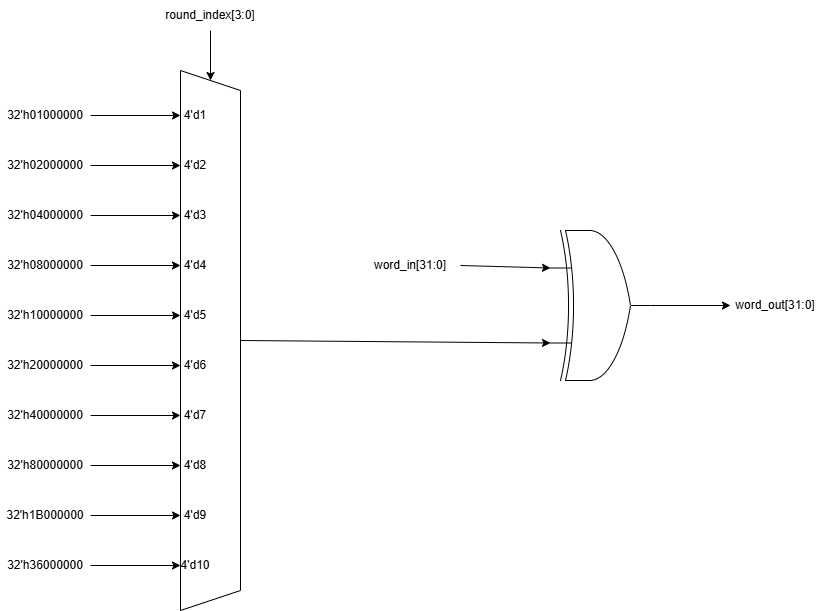
The draw.io diagram media/Module RCon low level.png in LQLManZz/AES128-Verilog, before a commit. Source tidied: cells renumbered, new cells last; positions are measured from the earlier drawing's top-left corner, leaving out a move shared by most shapes. Source of this version:
```xml
<mxGraphModel>
  <root>
    <mxCell id="0" />
    <mxCell id="1" parent="0" />
    <mxCell id="2" style="edgeStyle=orthogonalEdgeStyle;rounded=0;jettySize=auto;html=1;exitX=0.5;exitY=1;exitDx=0;exitDy=0;entryX=0;entryY=0.5;entryDx=0;entryDy=0;" parent="1" edge="1" source="3" target="7">
      <mxGeometry relative="1" as="geometry" />
    </mxCell>
    <mxCell id="3" value="round_index[3:0]" style="text;html=1;whiteSpace=wrap;strokeColor=none;fillColor=none;align=center;verticalAlign=middle;rounded=0;" parent="1" vertex="1">
      <mxGeometry x="217.2" width="105.5" height="30" as="geometry" />
    </mxCell>
    <mxCell id="4" value="word_in[31:0]" style="text;html=1;whiteSpace=wrap;strokeColor=none;fillColor=none;align=center;verticalAlign=middle;rounded=0;" parent="1" vertex="1">
      <mxGeometry x="420" y="250" width="100" height="30" as="geometry" />
    </mxCell>
    <mxCell id="5" value="word_out[31:0]" style="text;html=1;whiteSpace=wrap;strokeColor=none;fillColor=none;align=center;verticalAlign=middle;rounded=0;" parent="1" vertex="1">
      <mxGeometry x="790" y="290" width="90" height="30" as="geometry" />
    </mxCell>
    <mxCell id="6" style="group;" parent="1" vertex="1">
      <mxGeometry x="240" y="70" width="60" height="540" as="geometry" />
    </mxCell>
    <mxCell id="7" style="shape=trapezoid;perimeter=trapezoidPerimeter;whiteSpace=wrap;html=1;fixedSize=1;rotation=90;" parent="6" vertex="1">
      <mxGeometry x="-240" y="240" width="540" height="60" as="geometry" />
    </mxCell>
    <mxCell id="8" value="4'd1" style="text;html=1;whiteSpace=wrap;strokeColor=none;fillColor=none;align=center;verticalAlign=middle;rounded=0;" parent="6" vertex="1">
      <mxGeometry y="30" width="30" height="30" as="geometry" />
    </mxCell>
    <mxCell id="9" value="4'd2" style="text;html=1;whiteSpace=wrap;strokeColor=none;fillColor=none;align=center;verticalAlign=middle;rounded=0;" parent="6" vertex="1">
      <mxGeometry y="80" width="30" height="30" as="geometry" />
    </mxCell>
    <mxCell id="10" value="4'd3&lt;span style=&quot;color: rgba(0, 0, 0, 0); font-family: monospace; font-size: 0px; text-align: start; white-space: nowrap;&quot;&gt;%3CmxGraphModel%3E%3Croot%3E%3CmxCell%20id%3D%220%22%2F%3E%3CmxCell%20id%3D%221%22%20parent%3D%220%22%2F%3E%3CmxCell%20id%3D%222%22%20parent%3D%221%22%20style%3D%22text%3Bhtml%3D1%3BwhiteSpace%3Dwrap%3BstrokeColor%3Dnone%3BfillColor%3Dnone%3Balign%3Dcenter%3BverticalAlign%3Dmiddle%3Brounded%3D0%3B%22%20value%3D%224'd0%22%20vertex%3D%221%22%3E%3CmxGeometry%20height%3D%2230%22%20width%3D%2240%22%20x%3D%22180%22%20y%3D%22360%22%20as%3D%22geometry%22%2F%3E%3C%2FmxCell%3E%3C%2Froot%3E%3C%2FmxGraphModel%3E&lt;/span&gt;" style="text;html=1;whiteSpace=wrap;strokeColor=none;fillColor=none;align=center;verticalAlign=middle;rounded=0;" parent="6" vertex="1">
      <mxGeometry y="130" width="30" height="30" as="geometry" />
    </mxCell>
    <mxCell id="11" value="4'd4" style="text;html=1;whiteSpace=wrap;strokeColor=none;fillColor=none;align=center;verticalAlign=middle;rounded=0;" parent="6" vertex="1">
      <mxGeometry y="180" width="30" height="30" as="geometry" />
    </mxCell>
    <mxCell id="12" value="4'd5" style="text;html=1;whiteSpace=wrap;strokeColor=none;fillColor=none;align=center;verticalAlign=middle;rounded=0;" parent="6" vertex="1">
      <mxGeometry y="230" width="30" height="30" as="geometry" />
    </mxCell>
    <mxCell id="13" value="4'd6" style="text;html=1;whiteSpace=wrap;strokeColor=none;fillColor=none;align=center;verticalAlign=middle;rounded=0;" parent="6" vertex="1">
      <mxGeometry y="280" width="30" height="30" as="geometry" />
    </mxCell>
    <mxCell id="14" value="4'd7" style="text;html=1;whiteSpace=wrap;strokeColor=none;fillColor=none;align=center;verticalAlign=middle;rounded=0;" parent="6" vertex="1">
      <mxGeometry y="330" width="30" height="30" as="geometry" />
    </mxCell>
    <mxCell id="15" value="4'd8" style="text;html=1;whiteSpace=wrap;strokeColor=none;fillColor=none;align=center;verticalAlign=middle;rounded=0;" parent="6" vertex="1">
      <mxGeometry y="380" width="30" height="30" as="geometry" />
    </mxCell>
    <mxCell id="16" value="4'd9" style="text;html=1;whiteSpace=wrap;strokeColor=none;fillColor=none;align=center;verticalAlign=middle;rounded=0;" parent="6" vertex="1">
      <mxGeometry y="430" width="30" height="30" as="geometry" />
    </mxCell>
    <mxCell id="17" value="4'd10" style="text;html=1;whiteSpace=wrap;strokeColor=none;fillColor=none;align=center;verticalAlign=middle;rounded=0;" parent="6" vertex="1">
      <mxGeometry y="480" width="30" height="30" as="geometry" />
    </mxCell>
    <mxCell id="18" style="edgeStyle=orthogonalEdgeStyle;rounded=0;jettySize=auto;html=1;exitX=1;exitY=0.5;exitDx=0;exitDy=0;exitPerimeter=0;entryX=0;entryY=0.5;entryDx=0;entryDy=0;" parent="1" edge="1" source="19" target="5">
      <mxGeometry relative="1" as="geometry" />
    </mxCell>
    <mxCell id="19" style="verticalLabelPosition=bottom;shadow=0;dashed=0;align=center;html=1;verticalAlign=top;shape=mxgraph.electrical.logic_gates.logic_gate;operation=xor;" parent="1" vertex="1">
      <mxGeometry x="610" y="230" width="100" height="150" as="geometry" />
    </mxCell>
    <mxCell id="20" style="rounded=1;jettySize=auto;html=1;exitX=1;exitY=0.5;exitDx=0;exitDy=0;entryX=0;entryY=0.25;entryDx=0;entryDy=0;entryPerimeter=0;" parent="1" edge="1" source="4" target="19">
      <mxGeometry relative="1" as="geometry" />
    </mxCell>
    <mxCell id="21" style="rounded=0;jettySize=auto;html=1;exitX=0.5;exitY=0;exitDx=0;exitDy=0;entryX=0;entryY=0.75;entryDx=0;entryDy=0;entryPerimeter=0;" parent="1" edge="1" source="7" target="19">
      <mxGeometry relative="1" as="geometry" />
    </mxCell>
    <mxCell id="22" style="edgeStyle=orthogonalEdgeStyle;rounded=0;jettySize=auto;html=1;exitX=1;exitY=0.5;exitDx=0;exitDy=0;entryX=0;entryY=0.5;entryDx=0;entryDy=0;" parent="1" edge="1" source="23" target="8">
      <mxGeometry relative="1" as="geometry" />
    </mxCell>
    <mxCell id="23" value="32'h&lt;span style=&quot;background-color: transparent; color: light-dark(rgb(0, 0, 0), rgb(255, 255, 255));&quot;&gt;01000000&lt;/span&gt;" style="text;html=1;whiteSpace=wrap;strokeColor=none;fillColor=none;align=center;verticalAlign=middle;rounded=0;" parent="1" vertex="1">
      <mxGeometry x="60" y="100" width="90" height="30" as="geometry" />
    </mxCell>
    <mxCell id="24" style="edgeStyle=orthogonalEdgeStyle;rounded=0;jettySize=auto;html=1;exitX=1;exitY=0.5;exitDx=0;exitDy=0;entryX=0;entryY=0.5;entryDx=0;entryDy=0;" parent="1" edge="1" source="25" target="9">
      <mxGeometry relative="1" as="geometry" />
    </mxCell>
    <mxCell id="25" value="32'h02&lt;span style=&quot;background-color: transparent; color: light-dark(rgb(0, 0, 0), rgb(255, 255, 255));&quot;&gt;000000&lt;/span&gt;" style="text;html=1;whiteSpace=wrap;strokeColor=none;fillColor=none;align=center;verticalAlign=middle;rounded=0;" parent="1" vertex="1">
      <mxGeometry x="60" y="150" width="90" height="30" as="geometry" />
    </mxCell>
    <mxCell id="26" style="edgeStyle=orthogonalEdgeStyle;rounded=0;jettySize=auto;html=1;exitX=1;exitY=0.5;exitDx=0;exitDy=0;entryX=0;entryY=0.5;entryDx=0;entryDy=0;" parent="1" edge="1" source="27" target="10">
      <mxGeometry relative="1" as="geometry" />
    </mxCell>
    <mxCell id="27" value="32'h04&lt;span style=&quot;background-color: transparent; color: light-dark(rgb(0, 0, 0), rgb(255, 255, 255));&quot;&gt;000000&lt;/span&gt;" style="text;html=1;whiteSpace=wrap;strokeColor=none;fillColor=none;align=center;verticalAlign=middle;rounded=0;" parent="1" vertex="1">
      <mxGeometry x="60" y="200" width="90" height="30" as="geometry" />
    </mxCell>
    <mxCell id="28" style="edgeStyle=orthogonalEdgeStyle;rounded=0;jettySize=auto;html=1;exitX=1;exitY=0.5;exitDx=0;exitDy=0;entryX=0;entryY=0.5;entryDx=0;entryDy=0;" parent="1" edge="1" source="29" target="11">
      <mxGeometry relative="1" as="geometry" />
    </mxCell>
    <mxCell id="29" value="32'h08&lt;span style=&quot;background-color: transparent; color: light-dark(rgb(0, 0, 0), rgb(255, 255, 255));&quot;&gt;000000&lt;/span&gt;" style="text;html=1;whiteSpace=wrap;strokeColor=none;fillColor=none;align=center;verticalAlign=middle;rounded=0;" parent="1" vertex="1">
      <mxGeometry x="60" y="250" width="90" height="30" as="geometry" />
    </mxCell>
    <mxCell id="30" style="edgeStyle=orthogonalEdgeStyle;rounded=0;jettySize=auto;html=1;exitX=1;exitY=0.5;exitDx=0;exitDy=0;entryX=0;entryY=0.5;entryDx=0;entryDy=0;" parent="1" edge="1" source="31" target="12">
      <mxGeometry relative="1" as="geometry" />
    </mxCell>
    <mxCell id="31" value="32'h10&lt;span style=&quot;background-color: transparent; color: light-dark(rgb(0, 0, 0), rgb(255, 255, 255));&quot;&gt;000000&lt;/span&gt;" style="text;html=1;whiteSpace=wrap;strokeColor=none;fillColor=none;align=center;verticalAlign=middle;rounded=0;" parent="1" vertex="1">
      <mxGeometry x="60" y="300" width="90" height="30" as="geometry" />
    </mxCell>
    <mxCell id="32" style="edgeStyle=orthogonalEdgeStyle;rounded=0;jettySize=auto;html=1;exitX=1;exitY=0.5;exitDx=0;exitDy=0;entryX=0;entryY=0.5;entryDx=0;entryDy=0;" parent="1" edge="1" source="33" target="13">
      <mxGeometry relative="1" as="geometry" />
    </mxCell>
    <mxCell id="33" value="32'h20&lt;span style=&quot;background-color: transparent; color: light-dark(rgb(0, 0, 0), rgb(255, 255, 255));&quot;&gt;000000&lt;/span&gt;" style="text;html=1;whiteSpace=wrap;strokeColor=none;fillColor=none;align=center;verticalAlign=middle;rounded=0;" parent="1" vertex="1">
      <mxGeometry x="60" y="350" width="90" height="30" as="geometry" />
    </mxCell>
    <mxCell id="34" style="edgeStyle=orthogonalEdgeStyle;rounded=0;jettySize=auto;html=1;exitX=1;exitY=0.5;exitDx=0;exitDy=0;entryX=0;entryY=0.5;entryDx=0;entryDy=0;" parent="1" edge="1" source="35" target="14">
      <mxGeometry relative="1" as="geometry" />
    </mxCell>
    <mxCell id="35" value="32'h40&lt;span style=&quot;background-color: transparent; color: light-dark(rgb(0, 0, 0), rgb(255, 255, 255));&quot;&gt;000000&lt;/span&gt;" style="text;html=1;whiteSpace=wrap;strokeColor=none;fillColor=none;align=center;verticalAlign=middle;rounded=0;" parent="1" vertex="1">
      <mxGeometry x="60" y="400" width="90" height="30" as="geometry" />
    </mxCell>
    <mxCell id="36" style="edgeStyle=orthogonalEdgeStyle;rounded=0;jettySize=auto;html=1;exitX=1;exitY=0.5;exitDx=0;exitDy=0;entryX=0;entryY=0.5;entryDx=0;entryDy=0;" parent="1" edge="1" source="37" target="15">
      <mxGeometry relative="1" as="geometry" />
    </mxCell>
    <mxCell id="37" value="32'h80&lt;span style=&quot;background-color: transparent; color: light-dark(rgb(0, 0, 0), rgb(255, 255, 255));&quot;&gt;000000&lt;/span&gt;" style="text;html=1;whiteSpace=wrap;strokeColor=none;fillColor=none;align=center;verticalAlign=middle;rounded=0;" parent="1" vertex="1">
      <mxGeometry x="60" y="450" width="90" height="30" as="geometry" />
    </mxCell>
    <mxCell id="38" style="edgeStyle=orthogonalEdgeStyle;rounded=0;jettySize=auto;html=1;exitX=1;exitY=0.5;exitDx=0;exitDy=0;entryX=0;entryY=0.5;entryDx=0;entryDy=0;" parent="1" edge="1" source="39" target="16">
      <mxGeometry relative="1" as="geometry" />
    </mxCell>
    <mxCell id="39" value="32'h1B&lt;span style=&quot;background-color: transparent; color: light-dark(rgb(0, 0, 0), rgb(255, 255, 255));&quot;&gt;000000&lt;/span&gt;" style="text;html=1;whiteSpace=wrap;strokeColor=none;fillColor=none;align=center;verticalAlign=middle;rounded=0;" parent="1" vertex="1">
      <mxGeometry x="60" y="500" width="90" height="30" as="geometry" />
    </mxCell>
    <mxCell id="40" style="edgeStyle=orthogonalEdgeStyle;rounded=0;jettySize=auto;html=1;exitX=1;exitY=0.5;exitDx=0;exitDy=0;entryX=0;entryY=0.5;entryDx=0;entryDy=0;" parent="1" edge="1" source="41" target="17">
      <mxGeometry relative="1" as="geometry" />
    </mxCell>
    <mxCell id="41" value="32'h36&lt;span style=&quot;background-color: transparent; color: light-dark(rgb(0, 0, 0), rgb(255, 255, 255));&quot;&gt;000000&lt;/span&gt;" style="text;html=1;whiteSpace=wrap;strokeColor=none;fillColor=none;align=center;verticalAlign=middle;rounded=0;" parent="1" vertex="1">
      <mxGeometry x="60" y="550" width="90" height="30" as="geometry" />
    </mxCell>
  </root>
</mxGraphModel>
```
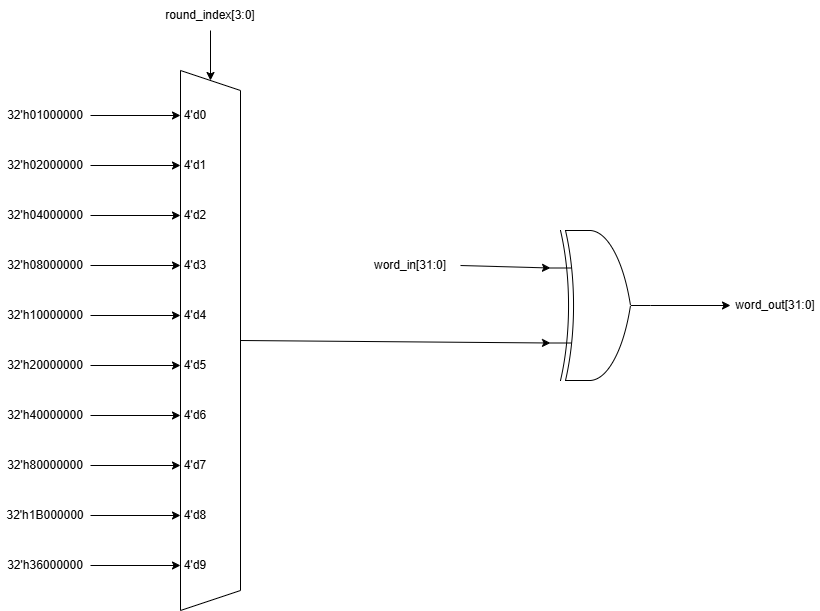
The same diagram one commit later.

What changed in the source:
```diff
@@ -20,34 +20,34 @@
     <mxCell id="7" style="shape=trapezoid;perimeter=trapezoidPerimeter;whiteSpace=wrap;html=1;fixedSize=1;rotation=90;" parent="6" vertex="1">
       <mxGeometry x="-240" y="240" width="540" height="60" as="geometry" />
     </mxCell>
-    <mxCell id="8" value="4'd1" style="text;html=1;whiteSpace=wrap;strokeColor=none;fillColor=none;align=center;verticalAlign=middle;rounded=0;" parent="6" vertex="1">
+    <mxCell id="8" value="4'd0" style="text;html=1;whiteSpace=wrap;strokeColor=none;fillColor=none;align=center;verticalAlign=middle;rounded=0;" parent="6" vertex="1">
       <mxGeometry y="30" width="30" height="30" as="geometry" />
     </mxCell>
-    <mxCell id="9" value="4'd2" style="text;html=1;whiteSpace=wrap;strokeColor=none;fillColor=none;align=center;verticalAlign=middle;rounded=0;" parent="6" vertex="1">
+    <mxCell id="9" value="4'd1" style="text;html=1;whiteSpace=wrap;strokeColor=none;fillColor=none;align=center;verticalAlign=middle;rounded=0;" parent="6" vertex="1">
       <mxGeometry y="80" width="30" height="30" as="geometry" />
     </mxCell>
-    <mxCell id="10" value="4'd3&lt;span style=&quot;color: rgba(0, 0, 0, 0); font-family: monospace; font-size: 0px; text-align: start; white-space: nowrap;&quot;&gt;%3CmxGraphModel%3E%3Croot%3E%3CmxCell%20id%3D%220%22%2F%3E%3CmxCell%20id%3D%221%22%20parent%3D%220%22%2F%3E%3CmxCell%20id%3D%222%22%20parent%3D%221%22%20style%3D%22text%3Bhtml%3D1%3BwhiteSpace%3Dwrap%3BstrokeColor%3Dnone%3BfillColor%3Dnone%3Balign%3Dcenter%3BverticalAlign%3Dmiddle%3Brounded%3D0%3B%22%20value%3D%224'd0%22%20vertex%3D%221%22%3E%3CmxGeometry%20height%3D%2230%22%20width%3D%2240%22%20x%3D%22180%22%20y%3D%22360%22%20as%3D%22geometry%22%2F%3E%3C%2FmxCell%3E%3C%2Froot%3E%3C%2FmxGraphModel%3E&lt;/span&gt;" style="text;html=1;whiteSpace=wrap;strokeColor=none;fillColor=none;align=center;verticalAlign=middle;rounded=0;" parent="6" vertex="1">
+    <mxCell id="10" value="4'd2&lt;span style=&quot;color: rgba(0, 0, 0, 0); font-family: monospace; font-size: 0px; text-align: start; white-space: nowrap;&quot;&gt;%3CmxGraphModel%3E%3Croot%3E%3CmxCell%20id%3D%220%22%2F%3E%3CmxCell%20id%3D%221%22%20parent%3D%220%22%2F%3E%3CmxCell%20id%3D%222%22%20parent%3D%221%22%20style%3D%22text%3Bhtml%3D1%3BwhiteSpace%3Dwrap%3BstrokeColor%3Dnone%3BfillColor%3Dnone%3Balign%3Dcenter%3BverticalAlign%3Dmiddle%3Brounded%3D0%3B%22%20value%3D%224'd0%22%20vertex%3D%221%22%3E%3CmxGeometry%20height%3D%2230%22%20width%3D%2240%22%20x%3D%22180%22%20y%3D%22360%22%20as%3D%22geometry%22%2F%3E%3C%2FmxCell%3E%3C%2Froot%3E%3C%2FmxGraphModel%32&lt;/span&gt;" style="text;html=1;whiteSpace=wrap;strokeColor=none;fillColor=none;align=center;verticalAlign=middle;rounded=0;" parent="6" vertex="1">
       <mxGeometry y="130" width="30" height="30" as="geometry" />
     </mxCell>
-    <mxCell id="11" value="4'd4" style="text;html=1;whiteSpace=wrap;strokeColor=none;fillColor=none;align=center;verticalAlign=middle;rounded=0;" parent="6" vertex="1">
+    <mxCell id="11" value="4'd3" style="text;html=1;whiteSpace=wrap;strokeColor=none;fillColor=none;align=center;verticalAlign=middle;rounded=0;" parent="6" vertex="1">
       <mxGeometry y="180" width="30" height="30" as="geometry" />
     </mxCell>
-    <mxCell id="12" value="4'd5" style="text;html=1;whiteSpace=wrap;strokeColor=none;fillColor=none;align=center;verticalAlign=middle;rounded=0;" parent="6" vertex="1">
+    <mxCell id="12" value="4'd4" style="text;html=1;whiteSpace=wrap;strokeColor=none;fillColor=none;align=center;verticalAlign=middle;rounded=0;" parent="6" vertex="1">
       <mxGeometry y="230" width="30" height="30" as="geometry" />
     </mxCell>
-    <mxCell id="13" value="4'd6" style="text;html=1;whiteSpace=wrap;strokeColor=none;fillColor=none;align=center;verticalAlign=middle;rounded=0;" parent="6" vertex="1">
+    <mxCell id="13" value="4'd5" style="text;html=1;whiteSpace=wrap;strokeColor=none;fillColor=none;align=center;verticalAlign=middle;rounded=0;" parent="6" vertex="1">
       <mxGeometry y="280" width="30" height="30" as="geometry" />
     </mxCell>
-    <mxCell id="14" value="4'd7" style="text;html=1;whiteSpace=wrap;strokeColor=none;fillColor=none;align=center;verticalAlign=middle;rounded=0;" parent="6" vertex="1">
+    <mxCell id="14" value="4'd6" style="text;html=1;whiteSpace=wrap;strokeColor=none;fillColor=none;align=center;verticalAlign=middle;rounded=0;" parent="6" vertex="1">
       <mxGeometry y="330" width="30" height="30" as="geometry" />
     </mxCell>
-    <mxCell id="15" value="4'd8" style="text;html=1;whiteSpace=wrap;strokeColor=none;fillColor=none;align=center;verticalAlign=middle;rounded=0;" parent="6" vertex="1">
+    <mxCell id="15" value="4'd7" style="text;html=1;whiteSpace=wrap;strokeColor=none;fillColor=none;align=center;verticalAlign=middle;rounded=0;" parent="6" vertex="1">
       <mxGeometry y="380" width="30" height="30" as="geometry" />
     </mxCell>
-    <mxCell id="16" value="4'd9" style="text;html=1;whiteSpace=wrap;strokeColor=none;fillColor=none;align=center;verticalAlign=middle;rounded=0;" parent="6" vertex="1">
+    <mxCell id="16" value="4'd8" style="text;html=1;whiteSpace=wrap;strokeColor=none;fillColor=none;align=center;verticalAlign=middle;rounded=0;" parent="6" vertex="1">
       <mxGeometry y="430" width="30" height="30" as="geometry" />
     </mxCell>
-    <mxCell id="17" value="4'd10" style="text;html=1;whiteSpace=wrap;strokeColor=none;fillColor=none;align=center;verticalAlign=middle;rounded=0;" parent="6" vertex="1">
+    <mxCell id="17" value="4'd9" style="text;html=1;whiteSpace=wrap;strokeColor=none;fillColor=none;align=center;verticalAlign=middle;rounded=0;" parent="6" vertex="1">
       <mxGeometry y="480" width="30" height="30" as="geometry" />
     </mxCell>
     <mxCell id="18" style="edgeStyle=orthogonalEdgeStyle;rounded=0;jettySize=auto;html=1;exitX=1;exitY=0.5;exitDx=0;exitDy=0;exitPerimeter=0;entryX=0;entryY=0.5;entryDx=0;entryDy=0;" parent="1" edge="1" source="19" target="5">
```
